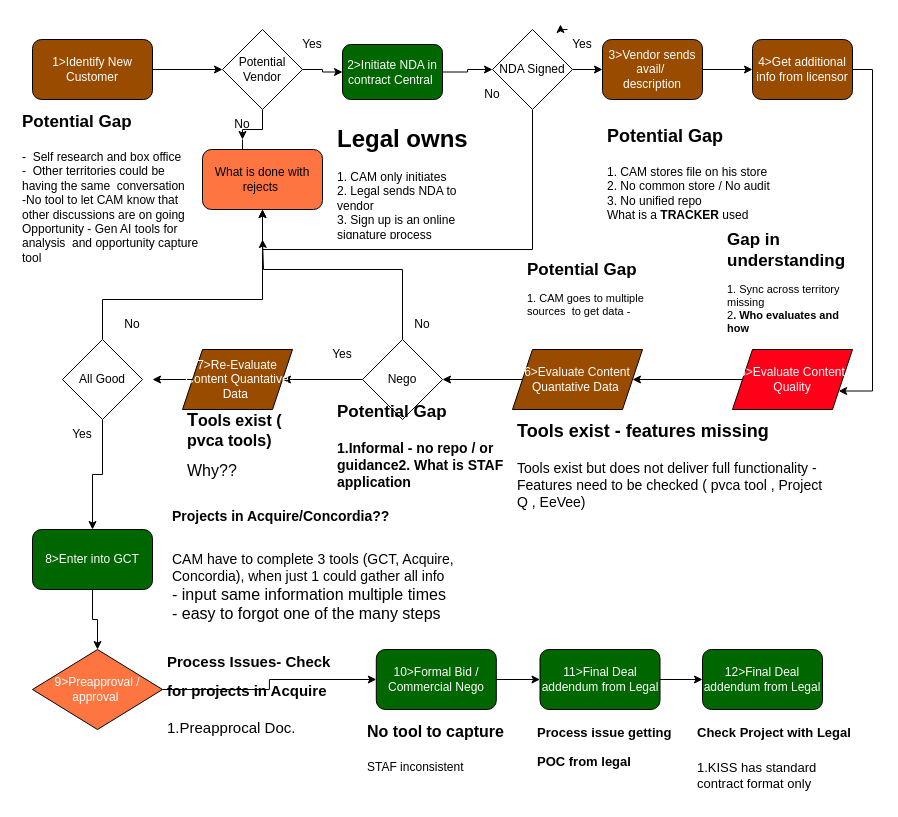
anilrebello1/AnilTestGit keeps this draw.io diagram as Deal workflow.drawio. Above is the earlier version. Source tidied: cells renumbered, new cells numbered last; positions are measured from the earlier drawing's top-left corner, leaving out a move shared by most shapes. Both pictures are drawn from the tidied source at 100%, with x=0, y=0 at pixel (17, 29).
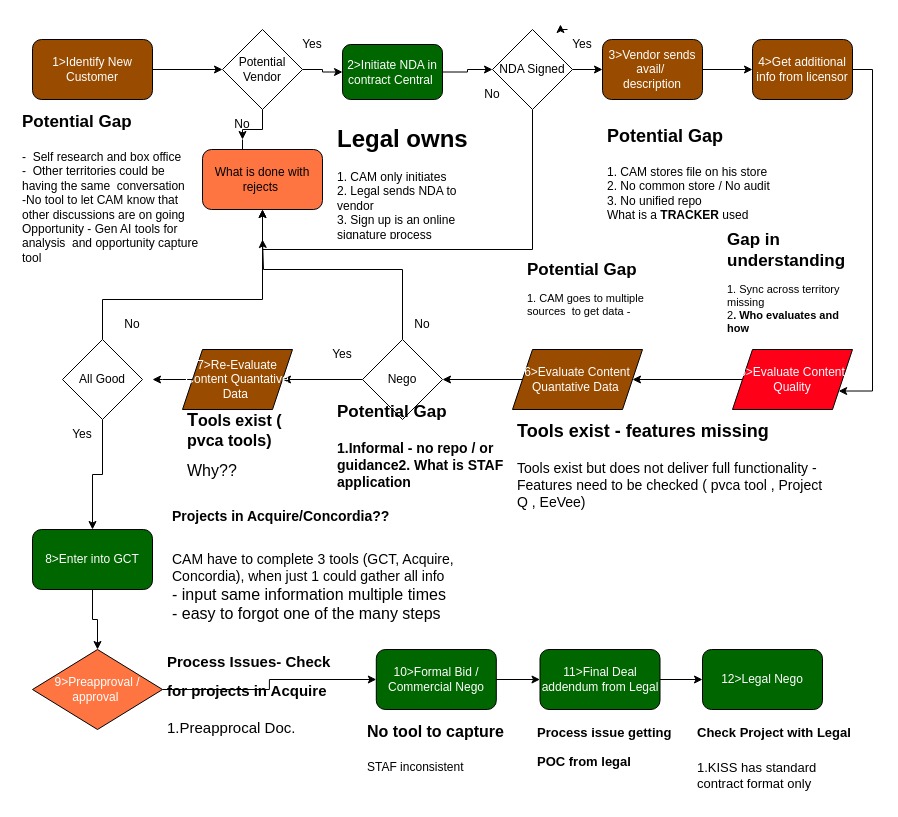
The same diagram, later.

Diff of the diagram source:
```diff
@@
-    <mxCell id="59" value="12&amp;gt;Final Deal addendum from Legal" style="rounded=1;whiteSpace=wrap;html=1;fillColor=#006600;fontColor=#FFFFFF;" parent="1" vertex="1">
+    <mxCell id="59" value="12&amp;gt;Legal Nego" style="rounded=1;whiteSpace=wrap;html=1;fillColor=#006600;fontColor=#FFFFFF;" parent="1" vertex="1">
       <mxGeometry x="685" y="620" width="120" height="60" as="geometry" />
     </mxCell>
```
